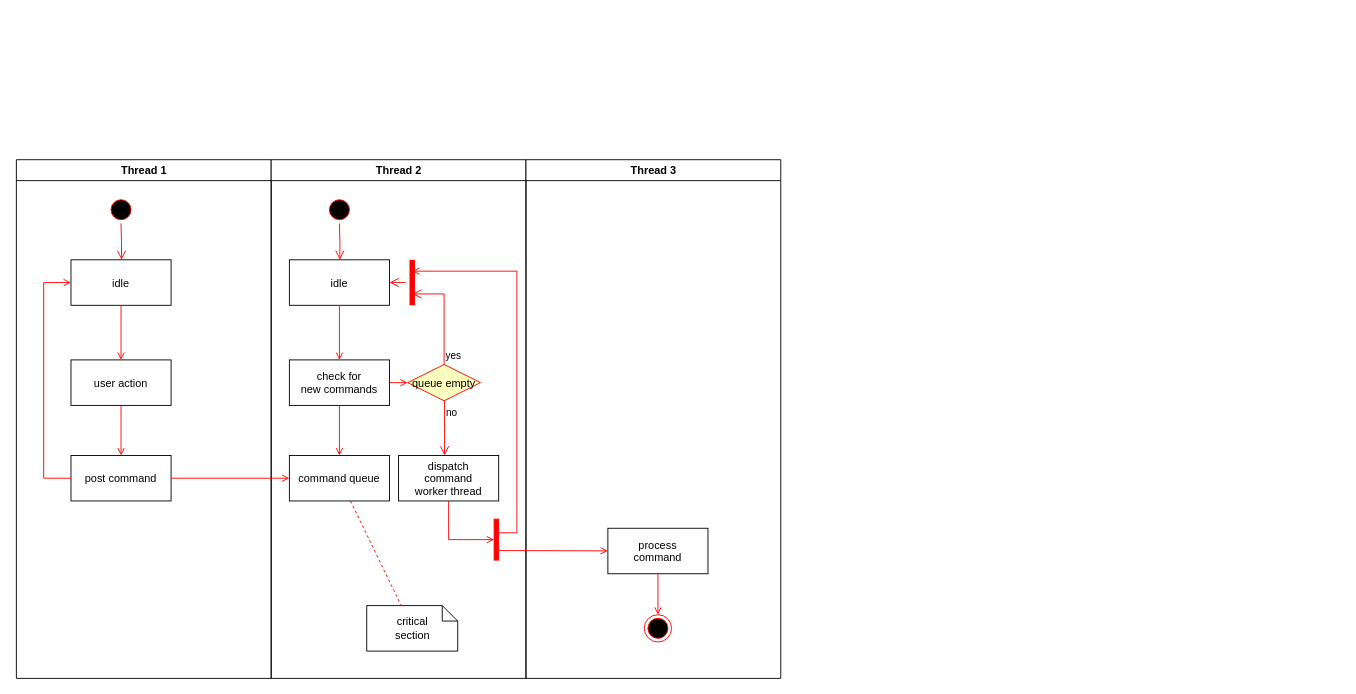
The draw.io diagram ducuments/FLOWCHART/PUERICULTURE.drawio in ManCoders/puericulture-man, before the edit. Source tidied: cells renumbered, new cells numbered last; positions are measured from the earlier drawing's top-left corner, leaving out a move shared by most shapes. Both pictures are drawn from the tidied source at 91%, with x=0, y=0 at pixel (15, 159).
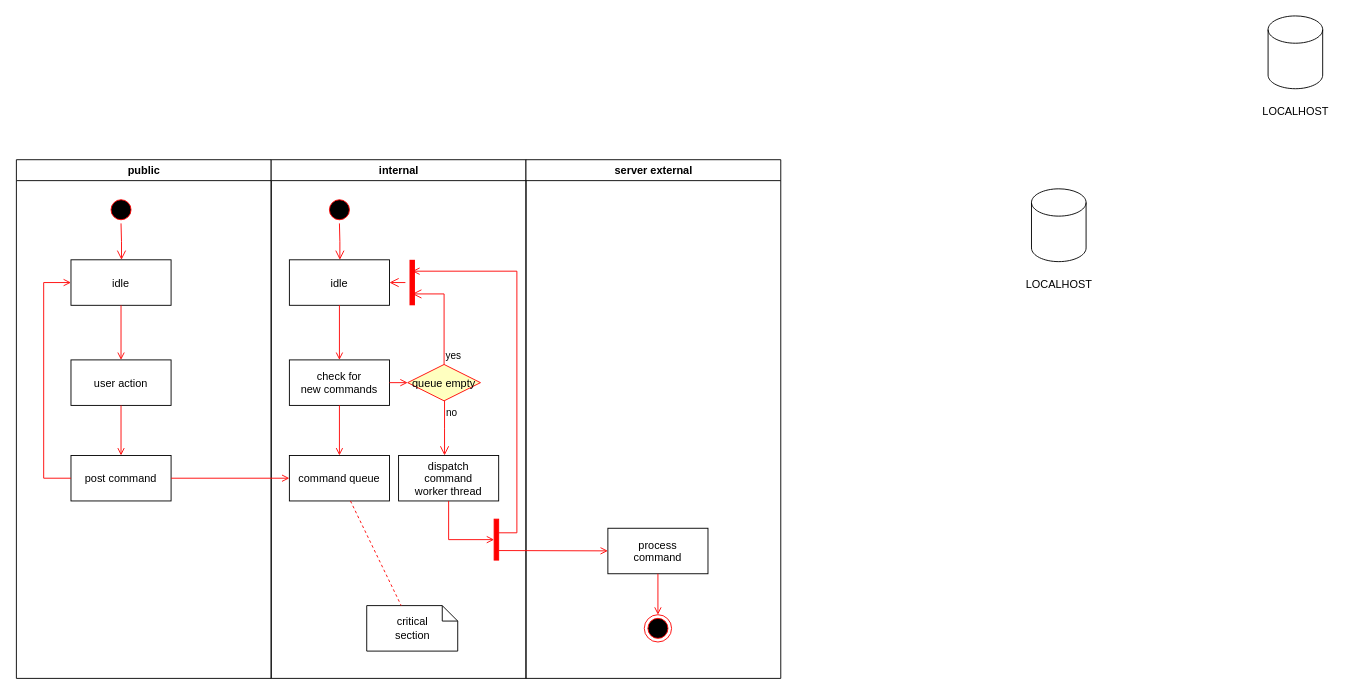
After the change.

The edit, as a diff of the source:
```diff
@@
-    <mxCell id="2" value="Thread 1" style="swimlane;whiteSpace=wrap;" parent="1" vertex="1">
+    <mxCell id="2" value="public" style="swimlane;whiteSpace=wrap;" parent="1" vertex="1">
       <mxGeometry x="0.5" width="280" height="570" as="geometry" />
     </mxCell>
@@
-    <mxCell id="11" value="Thread 2" style="swimlane;whiteSpace=wrap;" parent="1" vertex="1">
+    <mxCell id="11" value="internal" style="swimlane;whiteSpace=wrap;" parent="1" vertex="1">
       <mxGeometry x="280.5" width="280" height="570" as="geometry" />
     </mxCell>
@@
-    <mxCell id="30" value="Thread 3" style="swimlane;whiteSpace=wrap;" parent="1" vertex="1">
+    <mxCell id="30" value="server external" style="swimlane;whiteSpace=wrap;" parent="1" vertex="1">
       <mxGeometry x="560.5" width="280" height="570" as="geometry" />
     </mxCell>
@@
+    <mxCell id="37" style="shape=cylinder3;whiteSpace=wrap;html=1;boundedLbl=1;backgroundOutline=1;size=15;" parent="1" vertex="1">
+      <mxGeometry x="1116" y="32" width="60" height="80" as="geometry" />
+    </mxCell>
+    <mxCell id="38" value="LOCALHOST" style="text;html=1;align=center;verticalAlign=middle;strokeColor=none;fillColor=none;" parent="1" vertex="1">
+      <mxGeometry x="1096" y="122" width="100" height="30" as="geometry" />
+    </mxCell>
+    <mxCell id="39" style="shape=cylinder3;whiteSpace=wrap;html=1;boundedLbl=1;backgroundOutline=1;size=15;" parent="1" vertex="1">
+      <mxGeometry x="1376" y="-158" width="60" height="80" as="geometry" />
+    </mxCell>
+    <mxCell id="40" value="LOCALHOST" style="text;html=1;align=center;verticalAlign=middle;strokeColor=none;fillColor=none;" parent="1" vertex="1">
+      <mxGeometry x="1356" y="-68" width="100" height="30" as="geometry" />
+    </mxCell>
```
